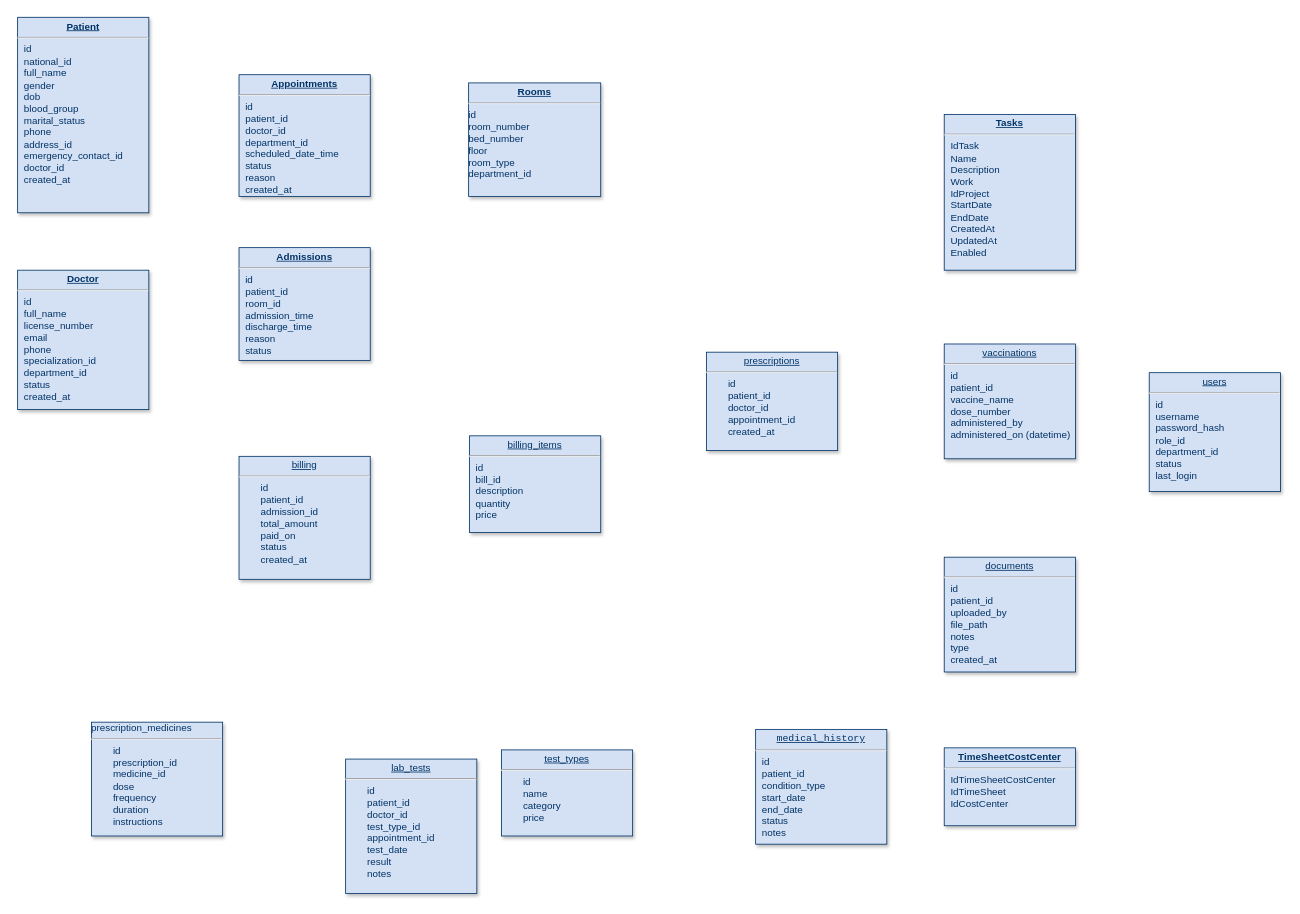
The draw.io diagram Untitled Diagram.drawio in fiafghan/emr-backend-laravel, before the edit. Source tidied: cells renumbered, new cells numbered last; positions are measured from the earlier drawing's top-left corner, leaving out a move shared by most shapes. Both pictures are drawn from the tidied source at 82%, with x=0, y=0 at pixel (17, 17).
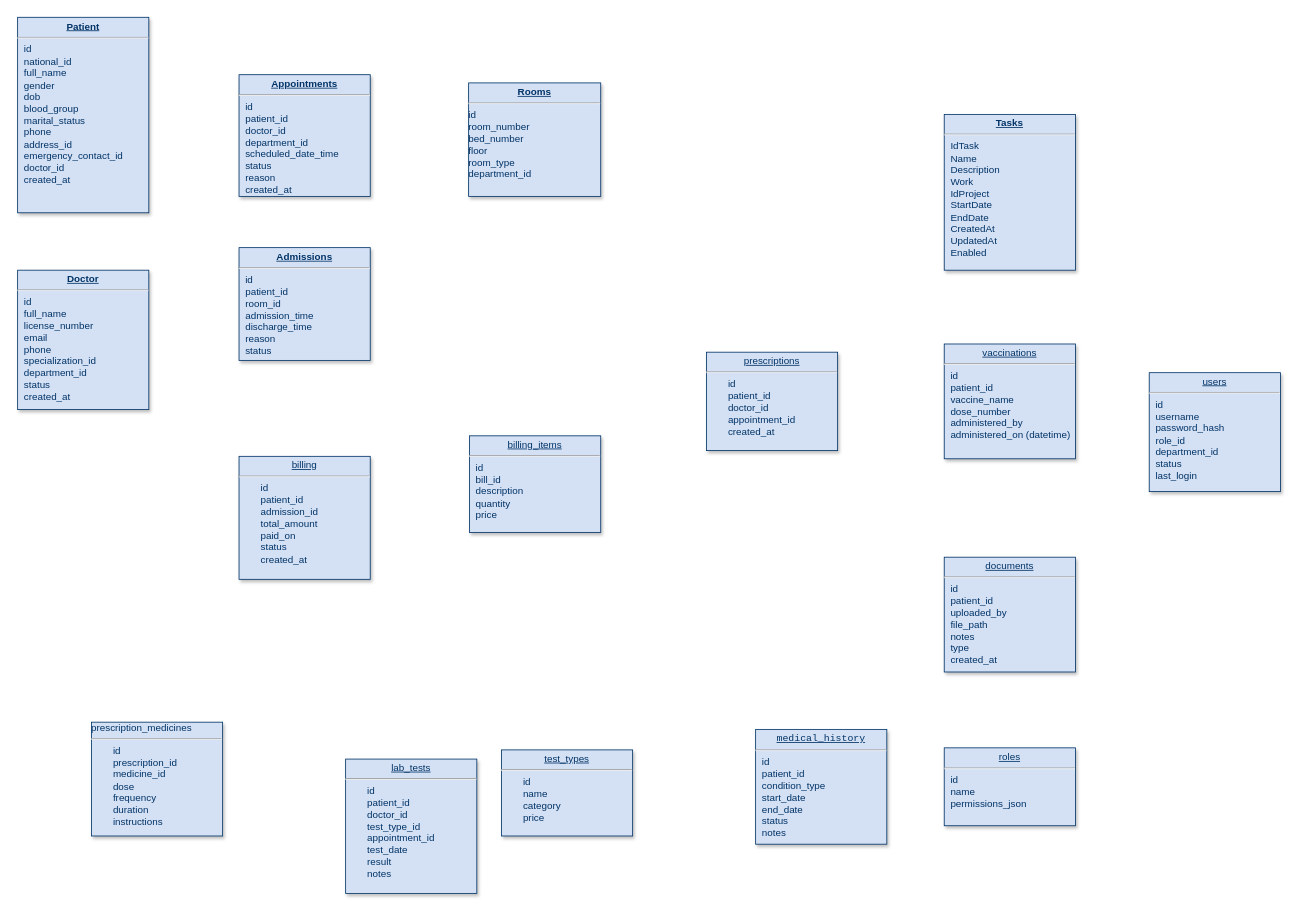
Above is the later version.

What changed in the source:
```diff
@@
 <mxGraphModel>
   <root>
     <mxCell id="0" />
     <mxCell id="1" parent="0" />
     <mxCell id="2" value="&lt;p style=&quot;margin: 4px 0px 0px; text-align: center; text-decoration: underline;&quot;&gt;&lt;strong&gt;Appointments&lt;br&gt;&lt;/strong&gt;&lt;/p&gt;&lt;hr&gt;&lt;p style=&quot;margin: 0px; margin-left: 8px;&quot;&gt;id&lt;/p&gt;&lt;p style=&quot;margin: 0px; margin-left: 8px;&quot;&gt;patient_id&lt;/p&gt;&lt;p style=&quot;margin: 0px; margin-left: 8px;&quot;&gt;doctor_id&lt;/p&gt;&lt;p style=&quot;margin: 0px; margin-left: 8px;&quot;&gt;department_id&lt;/p&gt;&lt;p style=&quot;margin: 0px; margin-left: 8px;&quot;&gt;scheduled_date_time&lt;/p&gt;&lt;p style=&quot;margin: 0px; margin-left: 8px;&quot;&gt;status&lt;/p&gt;&lt;p style=&quot;margin: 0px; margin-left: 8px;&quot;&gt;reason&lt;/p&gt;&lt;p style=&quot;margin: 0px; margin-left: 8px;&quot;&gt;created_at&lt;br&gt;&lt;/p&gt;" style="verticalAlign=top;align=left;overflow=fill;fontSize=12;fontFamily=Helvetica;html=1;strokeColor=#003366;shadow=1;fillColor=#D4E1F5;fontColor=#003366;" parent="1" vertex="1">
       <mxGeometry x="270" y="69.6" width="160" height="148.4" as="geometry" />
     </mxCell>
     <mxCell id="3" value="&lt;p style=&quot;margin: 4px 0px 0px; text-align: center; text-decoration: underline;&quot;&gt;&lt;strong&gt;Admissions&lt;br&gt;&lt;/strong&gt;&lt;/p&gt;&lt;hr&gt;&lt;p style=&quot;margin: 0px; margin-left: 8px;&quot;&gt;id&lt;/p&gt;&lt;p style=&quot;margin: 0px; margin-left: 8px;&quot;&gt;patient_id&lt;/p&gt;&lt;p style=&quot;margin: 0px; margin-left: 8px;&quot;&gt;room_id&lt;/p&gt;&lt;p style=&quot;margin: 0px; margin-left: 8px;&quot;&gt;admission_time&lt;/p&gt;&lt;p style=&quot;margin: 0px; margin-left: 8px;&quot;&gt;discharge_time&lt;/p&gt;&lt;p style=&quot;margin: 0px; margin-left: 8px;&quot;&gt;reason&lt;/p&gt;&lt;p style=&quot;margin: 0px; margin-left: 8px;&quot;&gt;status&lt;br&gt;&lt;/p&gt;" style="verticalAlign=top;align=left;overflow=fill;fontSize=12;fontFamily=Helvetica;html=1;strokeColor=#003366;shadow=1;fillColor=#D4E1F5;fontColor=#003366;" parent="1" vertex="1">
       <mxGeometry x="270" y="280.5" width="160" height="137.5" as="geometry" />
     </mxCell>
     <mxCell id="4" value="&lt;p style=&quot;margin: 4px 0px 0px; text-align: center; text-decoration: underline;&quot;&gt;&lt;strong&gt;Doctor&lt;br&gt;&lt;/strong&gt;&lt;/p&gt;&lt;hr&gt;&lt;p style=&quot;margin: 0px; margin-left: 8px;&quot;&gt;id&lt;/p&gt;&lt;p style=&quot;margin: 0px; margin-left: 8px;&quot;&gt;full_name&lt;/p&gt;&lt;p style=&quot;margin: 0px; margin-left: 8px;&quot;&gt;license_number&lt;/p&gt;&lt;p style=&quot;margin: 0px; margin-left: 8px;&quot;&gt;email&lt;/p&gt;&lt;p style=&quot;margin: 0px; margin-left: 8px;&quot;&gt;phone&lt;/p&gt;&lt;p style=&quot;margin: 0px; margin-left: 8px;&quot;&gt;specialization_id&lt;/p&gt;&lt;p style=&quot;margin: 0px; margin-left: 8px;&quot;&gt;department_id&lt;/p&gt;&lt;p style=&quot;margin: 0px; margin-left: 8px;&quot;&gt;status&lt;/p&gt;&lt;p style=&quot;margin: 0px; margin-left: 8px;&quot;&gt;created_at&lt;br&gt;&lt;/p&gt;" style="verticalAlign=top;align=left;overflow=fill;fontSize=12;fontFamily=Helvetica;html=1;strokeColor=#003366;shadow=1;fillColor=#D4E1F5;fontColor=#003366;" parent="1" vertex="1">
       <mxGeometry y="308" width="160" height="170" as="geometry" />
     </mxCell>
     <mxCell id="5" value="&lt;p style=&quot;margin: 4px 0px 0px; text-align: center; text-decoration: underline;&quot;&gt;prescriptions&lt;/p&gt;&lt;hr&gt;&lt;div&gt;&lt;span style=&quot;white-space: pre;&quot;&gt;&#9;&lt;/span&gt;id&lt;/div&gt;&lt;div&gt;&lt;span style=&quot;white-space: pre;&quot;&gt;&#9;&lt;/span&gt;patient_id&lt;/div&gt;&lt;div&gt;&lt;span style=&quot;white-space: pre;&quot;&gt;&#9;&lt;/span&gt;doctor_id&lt;/div&gt;&lt;div&gt;&lt;span style=&quot;white-space: pre;&quot;&gt;&#9;&lt;/span&gt;appointment_id&lt;/div&gt;&lt;div&gt;&lt;span style=&quot;white-space: pre;&quot;&gt;&#9;&lt;/span&gt;created_at&lt;/div&gt;" style="verticalAlign=top;align=left;overflow=fill;fontSize=12;fontFamily=Helvetica;html=1;strokeColor=#003366;shadow=1;fillColor=#D4E1F5;fontColor=#003366;" parent="1" vertex="1">
       <mxGeometry x="840" y="408" width="160" height="120" as="geometry" />
     </mxCell>
     <mxCell id="6" value="&lt;p style=&quot;margin: 4px 0px 0px; text-align: center; text-decoration: underline;&quot;&gt;&lt;strong&gt;Rooms&lt;/strong&gt;&lt;/p&gt;&lt;hr&gt;&lt;div&gt;id&lt;/div&gt;&lt;div&gt;room_number&lt;/div&gt;&lt;div&gt;bed_number&lt;/div&gt;&lt;div&gt;floor&lt;/div&gt;&lt;div&gt;room_type&lt;/div&gt;&lt;div&gt;department_id&lt;br&gt;&lt;/div&gt;" style="verticalAlign=top;align=left;overflow=fill;fontSize=12;fontFamily=Helvetica;html=1;strokeColor=#003366;shadow=1;fillColor=#D4E1F5;fontColor=#003366;" parent="1" vertex="1">
       <mxGeometry x="550" y="79.6" width="161.1" height="138.4" as="geometry" />
     </mxCell>
     <mxCell id="7" value="&lt;p style=&quot;margin: 4px 0px 0px; text-align: center; text-decoration: underline;&quot;&gt;billing&lt;/p&gt;&lt;hr&gt;&lt;div&gt;&lt;span style=&quot;white-space: pre;&quot;&gt;&#9;&lt;/span&gt;id&lt;/div&gt;&lt;div&gt;&lt;span style=&quot;white-space: pre;&quot;&gt;&#9;&lt;/span&gt;patient_id&lt;/div&gt;&lt;div&gt;&lt;span style=&quot;white-space: pre;&quot;&gt;&#9;&lt;/span&gt;admission_id&lt;/div&gt;&lt;div&gt;&lt;span style=&quot;white-space: pre;&quot;&gt;&#9;&lt;/span&gt;total_amount&lt;/div&gt;&lt;div&gt;&lt;span style=&quot;white-space: pre;&quot;&gt;&#9;&lt;/span&gt;paid_on&lt;/div&gt;&lt;div&gt;&lt;span style=&quot;white-space: pre;&quot;&gt;&#9;&lt;/span&gt;status&lt;/div&gt;&lt;div&gt;&lt;span style=&quot;white-space: pre;&quot;&gt;&#9;&lt;/span&gt;created_at&lt;/div&gt;" style="verticalAlign=top;align=left;overflow=fill;fontSize=12;fontFamily=Helvetica;html=1;strokeColor=#003366;shadow=1;fillColor=#D4E1F5;fontColor=#003366;" parent="1" vertex="1">
       <mxGeometry x="270" y="535" width="160" height="150" as="geometry" />
     </mxCell>
     <mxCell id="8" value="&lt;p style=&quot;margin: 4px 0px 0px; text-align: center; text-decoration: underline;&quot;&gt;&lt;strong&gt;Patient&lt;br&gt;&lt;/strong&gt;&lt;/p&gt;&lt;hr&gt;&lt;p style=&quot;margin: 0px; margin-left: 8px;&quot;&gt;id&lt;span style=&quot;white-space: pre;&quot;&gt;&#9;&lt;/span&gt;&lt;br&gt;&lt;/p&gt;&lt;p style=&quot;margin: 0px; margin-left: 8px;&quot;&gt;national_id&lt;br&gt;&lt;/p&gt;&lt;p style=&quot;margin: 0px; margin-left: 8px;&quot;&gt;full_name&lt;br&gt;&lt;/p&gt;&lt;p style=&quot;margin: 0px; margin-left: 8px;&quot;&gt;gender&lt;br&gt;&lt;/p&gt;&lt;p style=&quot;margin: 0px; margin-left: 8px;&quot;&gt;dob&lt;br&gt;&lt;/p&gt;&lt;p style=&quot;margin: 0px; margin-left: 8px;&quot;&gt;blood_group&lt;br&gt;&lt;/p&gt;&lt;p style=&quot;margin: 0px; margin-left: 8px;&quot;&gt;marital_status&lt;br&gt;&lt;/p&gt;&lt;p style=&quot;margin: 0px; margin-left: 8px;&quot;&gt;phone&lt;/p&gt;&lt;p style=&quot;margin: 0px; margin-left: 8px;&quot;&gt;address_id&lt;/p&gt;&lt;p style=&quot;margin: 0px; margin-left: 8px;&quot;&gt;emergency_contact_id&lt;/p&gt;&lt;p style=&quot;margin: 0px; margin-left: 8px;&quot;&gt;doctor_id&lt;/p&gt;&lt;p style=&quot;margin: 0px; margin-left: 8px;&quot;&gt;created_at&lt;br&gt;&lt;/p&gt;" style="verticalAlign=top;align=left;overflow=fill;fontSize=12;fontFamily=Helvetica;html=1;strokeColor=#003366;shadow=1;fillColor=#D4E1F5;fontColor=#003366;" parent="1" vertex="1">
       <mxGeometry y="-0.4" width="160" height="238.4" as="geometry" />
     </mxCell>
     <mxCell id="9" value="&lt;p style=&quot;margin: 4px 0px 0px; text-align: center; text-decoration: underline;&quot;&gt;documents&lt;/p&gt;&lt;hr&gt;&lt;p style=&quot;margin: 0px; margin-left: 8px;&quot;&gt;id&lt;/p&gt;&lt;p style=&quot;margin: 0px; margin-left: 8px;&quot;&gt;patient_id&lt;/p&gt;&lt;p style=&quot;margin: 0px; margin-left: 8px;&quot;&gt;uploaded_by&lt;/p&gt;&lt;p style=&quot;margin: 0px; margin-left: 8px;&quot;&gt;file_path&lt;br&gt;notes&lt;/p&gt;&lt;p style=&quot;margin: 0px; margin-left: 8px;&quot;&gt;type&lt;/p&gt;&lt;p style=&quot;margin: 0px; margin-left: 8px;&quot;&gt;created_at&lt;/p&gt;" style="verticalAlign=top;align=left;overflow=fill;fontSize=12;fontFamily=Helvetica;html=1;strokeColor=#003366;shadow=1;fillColor=#D4E1F5;fontColor=#003366;" parent="1" vertex="1">
       <mxGeometry x="1130" y="658" width="160" height="140" as="geometry" />
     </mxCell>
     <mxCell id="10" value="&lt;p style=&quot;margin: 4px 0px 0px; text-align: center; text-decoration: underline;&quot;&gt;vaccinations&lt;/p&gt;&lt;hr&gt;&lt;p style=&quot;margin: 0px; margin-left: 8px;&quot;&gt;id&lt;/p&gt;&lt;p style=&quot;margin: 0px; margin-left: 8px;&quot;&gt;patient_id&lt;/p&gt;&lt;p style=&quot;margin: 0px; margin-left: 8px;&quot;&gt;vaccine_name&lt;/p&gt;&lt;p style=&quot;margin: 0px; margin-left: 8px;&quot;&gt;dose_number&lt;/p&gt;&lt;p style=&quot;margin: 0px; margin-left: 8px;&quot;&gt;administered_by&lt;/p&gt;&lt;p style=&quot;margin: 0px; margin-left: 8px;&quot;&gt;administered_on (datetime)&lt;br&gt;&lt;/p&gt;" style="verticalAlign=top;align=left;overflow=fill;fontSize=12;fontFamily=Helvetica;html=1;strokeColor=#003366;shadow=1;fillColor=#D4E1F5;fontColor=#003366;" parent="1" vertex="1">
       <mxGeometry x="1130" y="398" width="160" height="140" as="geometry" />
     </mxCell>
     <mxCell id="11" value="prescription_medicines&lt;hr&gt;&lt;div&gt;&lt;span style=&quot;white-space: pre;&quot;&gt;&#9;&lt;/span&gt;id&lt;/div&gt;&lt;div&gt;&lt;span style=&quot;white-space: pre;&quot;&gt;&#9;&lt;/span&gt;prescription_id&lt;/div&gt;&lt;div&gt;&lt;span style=&quot;white-space: pre;&quot;&gt;&#9;&lt;/span&gt;medicine_id&lt;/div&gt;&lt;div&gt;&lt;span style=&quot;white-space: pre;&quot;&gt;&#9;&lt;/span&gt;dose&lt;/div&gt;&lt;div&gt;&lt;span style=&quot;white-space: pre;&quot;&gt;&#9;&lt;/span&gt;frequency&lt;/div&gt;&lt;div&gt;&lt;span style=&quot;white-space: pre;&quot;&gt;&#9;&lt;/span&gt;duration&lt;/div&gt;&lt;div&gt;&lt;span style=&quot;white-space: pre;&quot;&gt;&#9;&lt;/span&gt;instructions&lt;/div&gt;" style="verticalAlign=top;align=left;overflow=fill;fontSize=12;fontFamily=Helvetica;html=1;strokeColor=#003366;shadow=1;fillColor=#D4E1F5;fontColor=#003366;" parent="1" vertex="1">
       <mxGeometry x="90" y="859.2" width="160" height="138.8" as="geometry" />
     </mxCell>
     <mxCell id="12" value="&lt;p style=&quot;margin: 4px 0px 0px; text-align: center; text-decoration: underline;&quot;&gt;billing_items&lt;/p&gt;&lt;hr&gt;&lt;p style=&quot;margin: 0px; margin-left: 8px;&quot;&gt;id&lt;/p&gt;&lt;p style=&quot;margin: 0px; margin-left: 8px;&quot;&gt;bill_id&lt;/p&gt;&lt;p style=&quot;margin: 0px; margin-left: 8px;&quot;&gt;description&lt;/p&gt;&lt;p style=&quot;margin: 0px; margin-left: 8px;&quot;&gt;quantity&lt;/p&gt;&lt;p style=&quot;margin: 0px; margin-left: 8px;&quot;&gt;price&lt;/p&gt;" style="verticalAlign=top;align=left;overflow=fill;fontSize=12;fontFamily=Helvetica;html=1;strokeColor=#003366;shadow=1;fillColor=#D4E1F5;fontColor=#003366;" parent="1" vertex="1">
       <mxGeometry x="551.1" y="510" width="160" height="118" as="geometry" />
     </mxCell>
     <mxCell id="13" value="&lt;p style=&quot;margin: 4px 0px 0px; text-align: center; text-decoration: underline;&quot;&gt;users&lt;/p&gt;&lt;hr&gt;&lt;p style=&quot;margin: 0px; margin-left: 8px;&quot;&gt;id&lt;/p&gt;&lt;p style=&quot;margin: 0px; margin-left: 8px;&quot;&gt;username&lt;/p&gt;&lt;p style=&quot;margin: 0px; margin-left: 8px;&quot;&gt;password_hash&lt;/p&gt;&lt;p style=&quot;margin: 0px; margin-left: 8px;&quot;&gt;role_id&lt;/p&gt;&lt;p style=&quot;margin: 0px; margin-left: 8px;&quot;&gt;department_id&lt;/p&gt;&lt;p style=&quot;margin: 0px; margin-left: 8px;&quot;&gt;status&lt;/p&gt;&lt;p style=&quot;margin: 0px; margin-left: 8px;&quot;&gt;last_login&lt;/p&gt;" style="verticalAlign=top;align=left;overflow=fill;fontSize=12;fontFamily=Helvetica;html=1;strokeColor=#003366;shadow=1;fillColor=#D4E1F5;fontColor=#003366;" parent="1" vertex="1">
       <mxGeometry x="1380" y="433" width="160" height="145" as="geometry" />
     </mxCell>
-    <mxCell id="14" value="&lt;p style=&quot;margin: 0px; margin-top: 4px; text-align: center; text-decoration: underline;&quot;&gt;&lt;strong&gt;TimeSheetCostCenter&lt;/strong&gt;&lt;/p&gt;&lt;hr /&gt;&lt;p style=&quot;margin: 0px; margin-left: 8px;&quot;&gt;IdTimeSheetCostCenter&lt;/p&gt;&lt;p style=&quot;margin: 0px; margin-left: 8px;&quot;&gt;IdTimeSheet&lt;/p&gt;&lt;p style=&quot;margin: 0px; margin-left: 8px;&quot;&gt;IdCostCenter&lt;/p&gt;" style="verticalAlign=top;align=left;overflow=fill;fontSize=12;fontFamily=Helvetica;html=1;strokeColor=#003366;shadow=1;fillColor=#D4E1F5;fontColor=#003366;" parent="1" vertex="1">
+    <mxCell id="14" value="&lt;p style=&quot;margin: 4px 0px 0px; text-align: center; text-decoration: underline;&quot;&gt;roles&lt;/p&gt;&lt;hr&gt;&lt;p style=&quot;margin: 0px; margin-left: 8px;&quot;&gt;id&lt;/p&gt;&lt;p style=&quot;margin: 0px; margin-left: 8px;&quot;&gt;name&lt;/p&gt;&lt;p style=&quot;margin: 0px; margin-left: 8px;&quot;&gt;permissions_json&lt;/p&gt;" style="verticalAlign=top;align=left;overflow=fill;fontSize=12;fontFamily=Helvetica;html=1;strokeColor=#003366;shadow=1;fillColor=#D4E1F5;fontColor=#003366;" parent="1" vertex="1">
       <mxGeometry x="1130" y="890.5" width="160" height="95" as="geometry" />
     </mxCell>
     <mxCell id="15" value="&lt;p style=&quot;margin: 4px 0px 0px; text-align: center; text-decoration: underline;&quot;&gt;&lt;code&gt;medical_history&lt;/code&gt;&lt;/p&gt;&lt;hr&gt;&lt;p style=&quot;margin: 0px; margin-left: 8px;&quot;&gt;id&lt;/p&gt;&lt;p style=&quot;margin: 0px; margin-left: 8px;&quot;&gt;patient_id&lt;/p&gt;&lt;p style=&quot;margin: 0px; margin-left: 8px;&quot;&gt;condition_type&lt;/p&gt;&lt;p style=&quot;margin: 0px; margin-left: 8px;&quot;&gt;start_date&lt;/p&gt;&lt;p style=&quot;margin: 0px; margin-left: 8px;&quot;&gt;end_date&lt;/p&gt;&lt;p style=&quot;margin: 0px; margin-left: 8px;&quot;&gt;status&lt;/p&gt;&lt;p style=&quot;margin: 0px; margin-left: 8px;&quot;&gt;notes&lt;br&gt;&lt;/p&gt;" style="verticalAlign=top;align=left;overflow=fill;fontSize=12;fontFamily=Helvetica;html=1;strokeColor=#003366;shadow=1;fillColor=#D4E1F5;fontColor=#003366;" parent="1" vertex="1">
       <mxGeometry x="900" y="868" width="160" height="140" as="geometry" />
     </mxCell>
     <mxCell id="16" value="&lt;p style=&quot;margin: 4px 0px 0px; text-align: center; text-decoration: underline;&quot;&gt;test_types&lt;/p&gt;&lt;hr&gt;&lt;div&gt;&lt;span style=&quot;white-space: pre;&quot;&gt;&#9;&lt;/span&gt;id&lt;/div&gt;&lt;div&gt;&lt;span style=&quot;white-space: pre;&quot;&gt;&#9;&lt;/span&gt;name&lt;/div&gt;&lt;div&gt;&lt;span style=&quot;white-space: pre;&quot;&gt;&#9;&lt;/span&gt;category&lt;/div&gt;&lt;div&gt;&lt;span style=&quot;white-space: pre;&quot;&gt;&#9;price&lt;/span&gt;&lt;br&gt;&lt;/div&gt;" style="verticalAlign=top;align=left;overflow=fill;fontSize=12;fontFamily=Helvetica;html=1;strokeColor=#003366;shadow=1;fillColor=#D4E1F5;fontColor=#003366;" parent="1" vertex="1">
       <mxGeometry x="590" y="893" width="160" height="105" as="geometry" />
     </mxCell>
     <mxCell id="17" value="&lt;p style=&quot;margin: 4px 0px 0px; text-align: center; text-decoration: underline;&quot;&gt;lab_tests&lt;/p&gt;&lt;hr&gt;&lt;div&gt;&lt;span style=&quot;white-space: pre;&quot;&gt;&#9;&lt;/span&gt;id&lt;/div&gt;&lt;div&gt;&lt;span style=&quot;white-space: pre;&quot;&gt;&#9;&lt;/span&gt;patient_id&lt;/div&gt;&lt;div&gt;&lt;span style=&quot;white-space: pre;&quot;&gt;&#9;&lt;/span&gt;doctor_id&lt;/div&gt;&lt;div&gt;&lt;span style=&quot;white-space: pre;&quot;&gt;&#9;&lt;/span&gt;test_type_id&lt;/div&gt;&lt;div&gt;&lt;span style=&quot;white-space: pre;&quot;&gt;&#9;&lt;/span&gt;appointment_id&lt;/div&gt;&lt;div&gt;&lt;span style=&quot;white-space: pre;&quot;&gt;&#9;&lt;/span&gt;test_date&lt;/div&gt;&lt;div&gt;&lt;span style=&quot;white-space: pre;&quot;&gt;&#9;&lt;/span&gt;result&lt;/div&gt;&lt;div&gt;&lt;span style=&quot;white-space: pre;&quot;&gt;&#9;&lt;/span&gt;notes&lt;/div&gt;" style="verticalAlign=top;align=left;overflow=fill;fontSize=12;fontFamily=Helvetica;html=1;strokeColor=#003366;shadow=1;fillColor=#D4E1F5;fontColor=#003366;" parent="1" vertex="1">
       <mxGeometry x="400" y="904.2" width="160" height="163.8" as="geometry" />
     </mxCell>
     <mxCell id="18" value="&lt;p style=&quot;margin: 0px; margin-top: 4px; text-align: center; text-decoration: underline;&quot;&gt;&lt;strong&gt;Tasks&lt;/strong&gt;&lt;/p&gt;&lt;hr /&gt;&lt;p style=&quot;margin: 0px; margin-left: 8px;&quot;&gt;IdTask&lt;/p&gt;&lt;p style=&quot;margin: 0px; margin-left: 8px;&quot;&gt;Name&lt;/p&gt;&lt;p style=&quot;margin: 0px; margin-left: 8px;&quot;&gt;Description&lt;/p&gt;&lt;p style=&quot;margin: 0px; margin-left: 8px;&quot;&gt;Work&lt;/p&gt;&lt;p style=&quot;margin: 0px; margin-left: 8px;&quot;&gt;IdProject&lt;/p&gt;&lt;p style=&quot;margin: 0px; margin-left: 8px;&quot;&gt;StartDate&lt;/p&gt;&lt;p style=&quot;margin: 0px; margin-left: 8px;&quot;&gt;EndDate&lt;/p&gt;&lt;p style=&quot;margin: 0px; margin-left: 8px;&quot;&gt;CreatedAt&lt;/p&gt;&lt;p style=&quot;margin: 0px; margin-left: 8px;&quot;&gt;UpdatedAt&lt;/p&gt;&lt;p style=&quot;margin: 0px; margin-left: 8px;&quot;&gt;Enabled&lt;/p&gt;" style="verticalAlign=top;align=left;overflow=fill;fontSize=12;fontFamily=Helvetica;html=1;strokeColor=#003366;shadow=1;fillColor=#D4E1F5;fontColor=#003366;" parent="1" vertex="1">
       <mxGeometry x="1130" y="118" width="160" height="190" as="geometry" />
     </mxCell>
   </root>
 </mxGraphModel>
```
